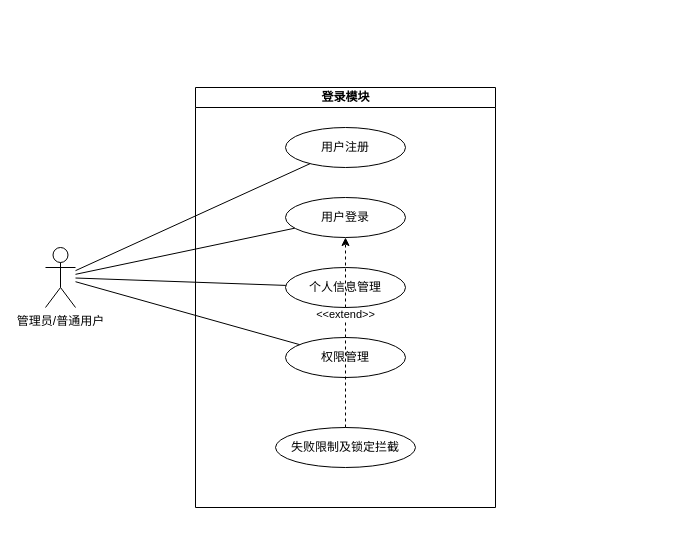
Above: 论文/图/用例图/登录模块用例图.drawio in 1290288259/miguan (draw.io), before the change. Source tidied: cells renumbered, new cells numbered last; positions are measured from the earlier drawing's top-left corner, leaving out a move shared by most shapes. Both pictures are drawn from the tidied source at 100%, with x=0, y=0 at pixel (45, 87).
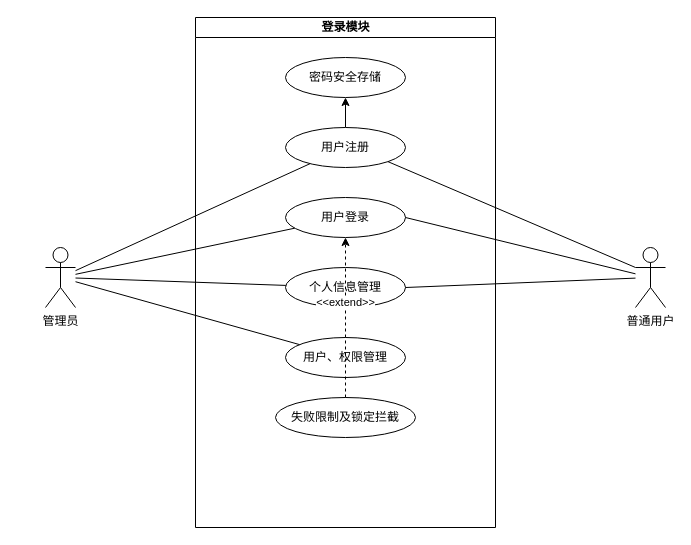
Above is the later version.

Unchanged cells that the change refers to:
```xml
<mxCell id="4" value="用户注册" style="ellipse;whiteSpace=wrap;html=1;" parent="1" vertex="1">
  <mxGeometry x="240" y="40" width="120" height="40" as="geometry" />
</mxCell>
<mxCell id="5" value="用户登录" style="ellipse;whiteSpace=wrap;html=1;" parent="1" vertex="1">
  <mxGeometry x="240" y="110" width="120" height="40" as="geometry" />
</mxCell>
<mxCell id="6" value="个人信息管理" style="ellipse;whiteSpace=wrap;html=1;" parent="1" vertex="1">
  <mxGeometry x="240" y="180" width="120" height="40" as="geometry" />
</mxCell>
```

The edit, as a diff of the source:
```diff
@@
     <mxCell id="2" value="登录模块" style="swimlane;html=1;startSize=20;fillColor=none;" parent="1" vertex="1">
-      <mxGeometry x="150" width="300" height="420" as="geometry" />
+      <mxGeometry x="150" y="-70" width="300" height="510" as="geometry" />
     </mxCell>
+    <mxCell id="8" value="失败限制及锁定拦截" style="ellipse;whiteSpace=wrap;html=1;" parent="2" vertex="1">
+      <mxGeometry x="80" y="380" width="140" height="40" as="geometry" />
+    </mxCell>
+    <mxCell id="15" value="密码安全存储" style="ellipse;whiteSpace=wrap;html=1;" parent="2" vertex="1">
+      <mxGeometry x="90" y="40" width="120" height="40" as="geometry" />
+    </mxCell>
-    <mxCell id="3" value="管理员/普通用户" style="shape=umlActor;verticalLabelPosition=bottom;verticalAlign=top;html=1;outlineConnect=0;" parent="1" vertex="1">
+    <mxCell id="3" value="管理员" style="shape=umlActor;verticalLabelPosition=bottom;verticalAlign=top;html=1;outlineConnect=0;" parent="1" vertex="1">
       <mxGeometry y="160" width="30" height="60" as="geometry" />
     </mxCell>
+    <mxCell id="16" style="edgeStyle=orthogonalEdgeStyle;rounded=0;jettySize=auto;html=1;" parent="1" edge="1" source="4" target="15">
+      <mxGeometry relative="1" as="geometry" />
+    </mxCell>
@@
-    <mxCell id="7" value="权限管理" style="ellipse;whiteSpace=wrap;html=1;" parent="1" vertex="1">
+    <mxCell id="7" value="用户、权限管理" style="ellipse;whiteSpace=wrap;html=1;" parent="1" vertex="1">
       <mxGeometry x="240" y="250" width="120" height="40" as="geometry" />
     </mxCell>
-    <mxCell id="8" value="失败限制及锁定拦截" style="ellipse;whiteSpace=wrap;html=1;" parent="1" vertex="1">
-      <mxGeometry x="230" y="340" width="140" height="40" as="geometry" />
-    </mxCell>
@@
+    <mxCell id="17" value="普通用户" style="shape=umlActor;verticalLabelPosition=bottom;verticalAlign=top;html=1;outlineConnect=0;" parent="1" vertex="1">
+      <mxGeometry x="590" y="160" width="30" height="60" as="geometry" />
+    </mxCell>
+    <mxCell id="18" style="endArrow=none;html=1;rounded=0;exitX=1;exitY=1;exitDx=0;exitDy=0;entryX=0;entryY=0.3333333333333333;entryDx=0;entryDy=0;entryPerimeter=0;" parent="1" edge="1" source="4" target="17">
+      <mxGeometry relative="1" as="geometry" />
+    </mxCell>
+    <mxCell id="19" style="endArrow=none;html=1;rounded=0;exitX=1;exitY=0.5;exitDx=0;exitDy=0;" parent="1" edge="1" source="5" target="17">
+      <mxGeometry relative="1" as="geometry" />
+    </mxCell>
+    <mxCell id="20" style="endArrow=none;html=1;rounded=0;exitX=1;exitY=0.5;exitDx=0;exitDy=0;" parent="1" edge="1" source="6" target="17">
+      <mxGeometry relative="1" as="geometry" />
+    </mxCell>
```
